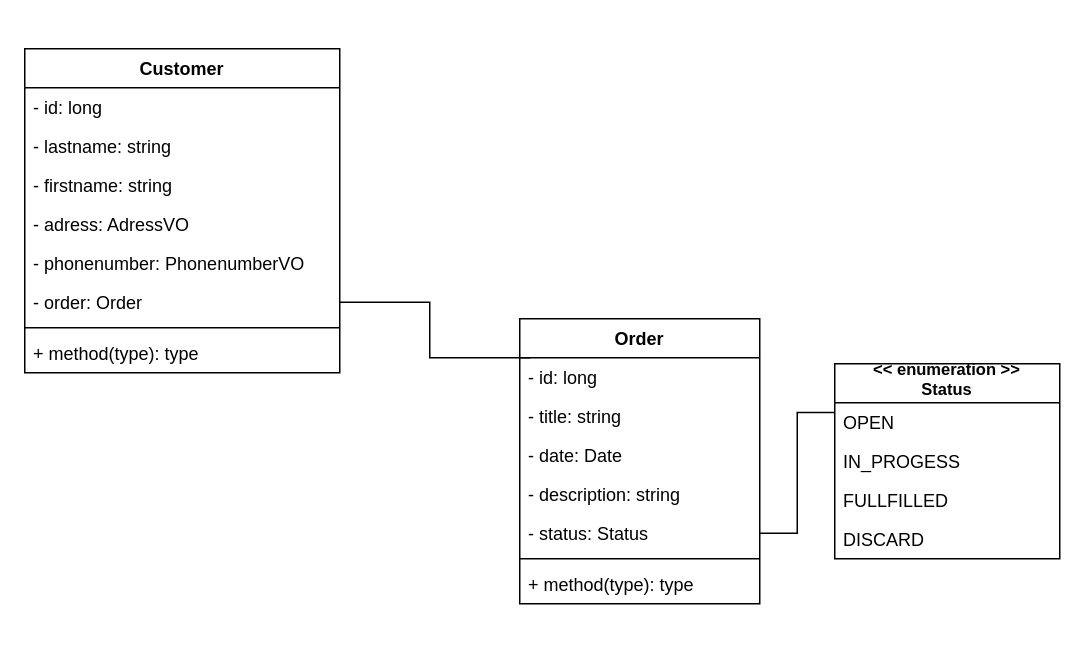
This is JEE_UML .drawio from sirhC-B/uml, a draw.io file, before an edit. Source tidied: cells renumbered, new cells numbered last; positions are measured from the earlier drawing's top-left corner, leaving out a move shared by most shapes. Both pictures are drawn from the tidied source at 150%, with x=0, y=0 at pixel (24, 48).
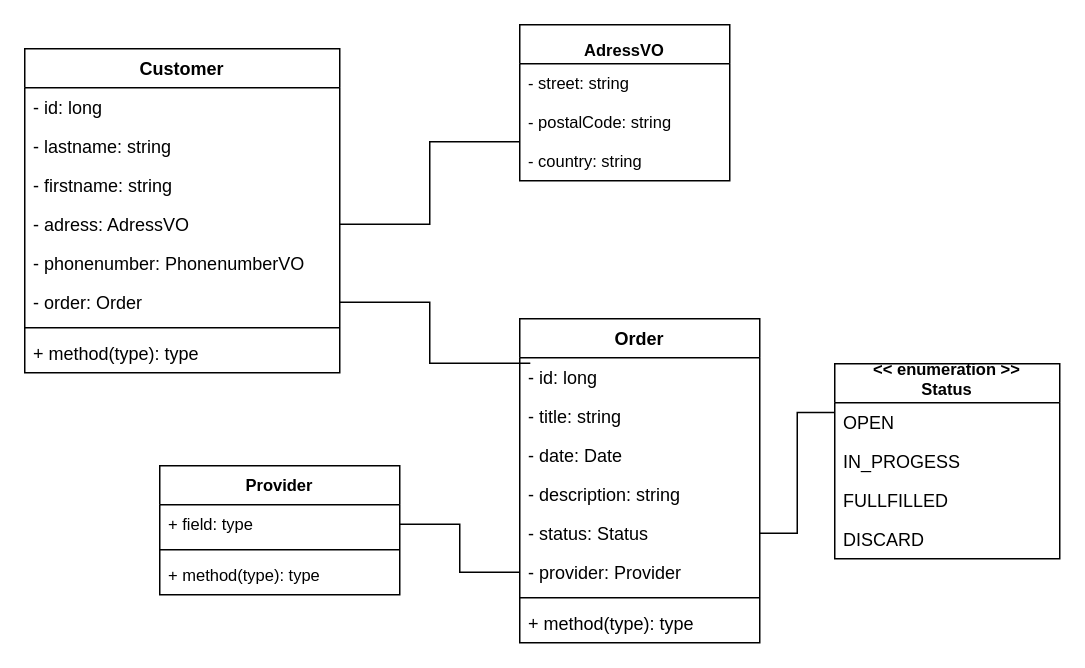
The same diagram, later.

The change refers to these unchanged cells:
```xml
<mxCell id="6" value="- adress: AdressVO" style="text;strokeColor=none;fillColor=none;align=left;verticalAlign=top;spacingLeft=4;spacingRight=4;overflow=hidden;points=[[0,0.5],[1,0.5]];portConstraint=eastwest;" parent="2" vertex="1">
  <mxGeometry y="104" width="210" height="26" as="geometry" />
</mxCell>
```

Diff of the diagram source:
```diff
@@
     <mxCell id="11" value="Order" style="swimlane;fontStyle=1;align=center;verticalAlign=top;horizontal=1;startSize=26;" parent="1" vertex="1">
-      <mxGeometry x="330" y="180" width="160" height="190" as="geometry" />
+      <mxGeometry x="330" y="180" width="160" height="216" as="geometry" />
     </mxCell>
@@
+    <mxCell id="26" value="- provider: Provider" style="text;strokeColor=none;fillColor=none;align=left;verticalAlign=top;spacingLeft=4;spacingRight=4;overflow=hidden;points=[[0,0.5],[1,0.5]];portConstraint=eastwest;" parent="11" vertex="1">
+      <mxGeometry y="156" width="160" height="26" as="geometry" />
+    </mxCell>
     <mxCell id="17" style="line;strokeWidth=1;fillColor=none;align=left;verticalAlign=middle;spacingTop=-1;spacingLeft=3;spacingRight=3;labelPosition=right;" parent="11" vertex="1">
-      <mxGeometry y="156" width="160" height="8" as="geometry" />
+      <mxGeometry y="182" width="160" height="8" as="geometry" />
     </mxCell>
     <mxCell id="18" value="+ method(type): type" style="text;strokeColor=none;fillColor=none;align=left;verticalAlign=top;spacingLeft=4;spacingRight=4;overflow=hidden;" parent="11" vertex="1">
-      <mxGeometry y="164" width="160" height="26" as="geometry" />
+      <mxGeometry y="190" width="160" height="26" as="geometry" />
     </mxCell>
@@
+    <mxCell id="27" value="AdressVO" style="swimlane;fontStyle=1;horizontal=1;startSize=26;fillColor=none;fontSize=11;verticalAlign=bottom;" parent="1" vertex="1">
+      <mxGeometry x="330" y="-16" width="140" height="104" as="geometry" />
+    </mxCell>
+    <mxCell id="28" value="- street: string" style="text;strokeColor=none;fillColor=none;align=left;verticalAlign=top;spacingLeft=4;spacingRight=4;overflow=hidden;fontSize=11;" parent="27" vertex="1">
+      <mxGeometry y="26" width="140" height="26" as="geometry" />
+    </mxCell>
+    <mxCell id="29" value="- postalCode: string" style="text;strokeColor=none;fillColor=none;align=left;verticalAlign=top;spacingLeft=4;spacingRight=4;overflow=hidden;fontSize=11;" parent="27" vertex="1">
+      <mxGeometry y="52" width="140" height="26" as="geometry" />
+    </mxCell>
+    <mxCell id="30" value="- country: string" style="text;strokeColor=none;fillColor=none;align=left;verticalAlign=top;spacingLeft=4;spacingRight=4;overflow=hidden;fontSize=11;" parent="27" vertex="1">
+      <mxGeometry y="78" width="140" height="26" as="geometry" />
+    </mxCell>
+    <mxCell id="31" style="edgeStyle=orthogonalEdgeStyle;rounded=0;jettySize=auto;html=1;exitX=1;exitY=0.5;exitDx=0;exitDy=0;entryX=0;entryY=0.75;entryDx=0;entryDy=0;fontSize=11;endArrow=none;endFill=0;strokeColor=default;" parent="1" edge="1" source="6" target="27">
+      <mxGeometry relative="1" as="geometry" />
+    </mxCell>
+    <mxCell id="32" value="Provider" style="swimlane;fontStyle=1;align=center;verticalAlign=top;horizontal=1;startSize=26;fontSize=11;" parent="1" vertex="1">
+      <mxGeometry x="90" y="278" width="160" height="86" as="geometry" />
+    </mxCell>
+    <mxCell id="33" value="+ field: type" style="text;strokeColor=none;fillColor=none;align=left;verticalAlign=top;spacingLeft=4;spacingRight=4;overflow=hidden;points=[[0,0.5],[1,0.5]];portConstraint=eastwest;fontSize=11;" parent="32" vertex="1">
+      <mxGeometry y="26" width="160" height="26" as="geometry" />
+    </mxCell>
+    <mxCell id="34" style="line;strokeWidth=1;fillColor=none;align=left;verticalAlign=middle;spacingTop=-1;spacingLeft=3;spacingRight=3;labelPosition=right;fontSize=11;" parent="32" vertex="1">
+      <mxGeometry y="52" width="160" height="8" as="geometry" />
+    </mxCell>
+    <mxCell id="35" value="+ method(type): type" style="text;strokeColor=none;fillColor=none;align=left;verticalAlign=top;spacingLeft=4;spacingRight=4;overflow=hidden;fontSize=11;" parent="32" vertex="1">
+      <mxGeometry y="60" width="160" height="26" as="geometry" />
+    </mxCell>
+    <mxCell id="36" style="edgeStyle=orthogonalEdgeStyle;rounded=0;jettySize=auto;html=1;exitX=1;exitY=0.5;exitDx=0;exitDy=0;entryX=0;entryY=0.5;entryDx=0;entryDy=0;fontSize=11;endArrow=none;endFill=0;strokeColor=default;" parent="1" edge="1" source="33" target="26">
+      <mxGeometry relative="1" as="geometry" />
+    </mxCell>
```
